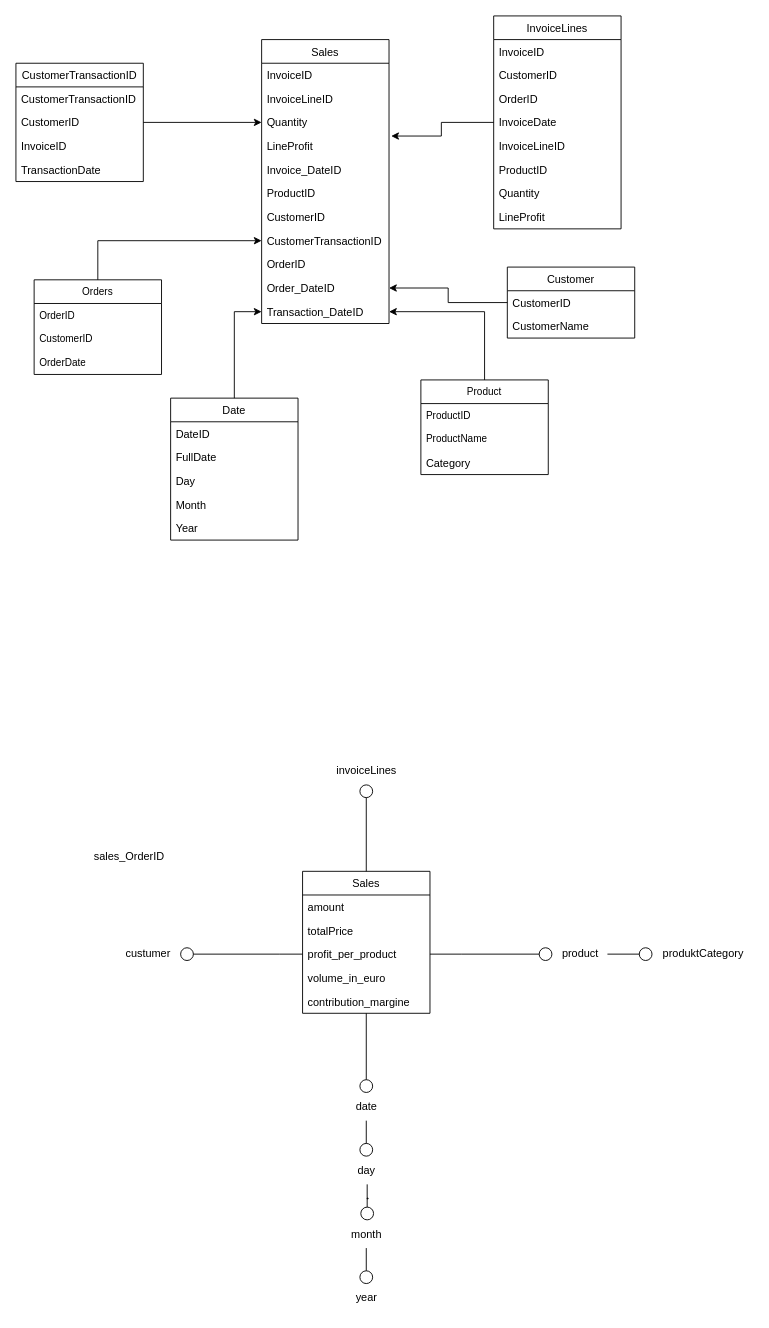
Earlier version of the draw.io diagram page "Verkauf" (7 of 7) of Datenbankmodell_Abgabe_neu.drawio (Lukas313/PR-DKE). Source tidied: cells renumbered, new cells numbered last; positions are measured from the earlier drawing's top-left corner, leaving out a move shared by most shapes. Both pictures are drawn from the tidied source at 91%, with x=0, y=0 at pixel (15, 15).
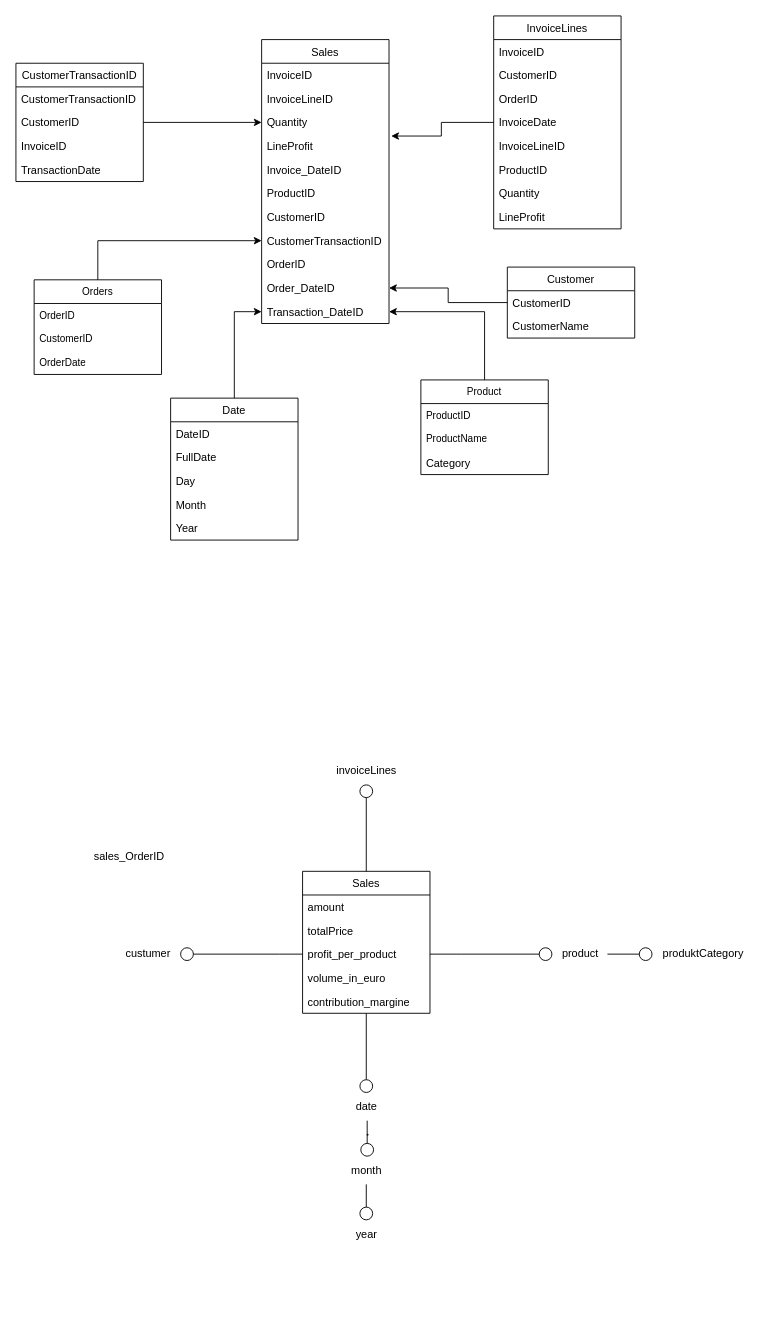
Above is the later version.

The change refers to these unchanged cells:
```xml
<mxCell id="49" value="date" style="text;html=1;align=center;verticalAlign=middle;points=[];strokeColor=none;fillColor=none;" parent="1" vertex="1">
  <mxGeometry x="360" y="1184" width="50" height="30" as="geometry" />
</mxCell>
```

Change to the diagram source:
```diff
@@
     <mxCell id="50" value="year" style="text;html=1;align=center;verticalAlign=middle;points=[];strokeColor=none;fillColor=none;" parent="1" vertex="1">
-      <mxGeometry x="360" y="1394" width="50" height="30" as="geometry" />
+      <mxGeometry x="360" y="1324" width="50" height="30" as="geometry" />
     </mxCell>
-    <mxCell id="51" style="edgeStyle=orthogonalEdgeStyle;rounded=0;jettySize=auto;html=1;endArrow=circle;endFill=0;" parent="1" edge="1" source="49" target="52">
-      <mxGeometry relative="1" as="geometry" />
-    </mxCell>
-    <mxCell id="52" value="day" style="text;html=1;align=center;verticalAlign=middle;points=[];strokeColor=none;fillColor=none;" parent="1" vertex="1">
-      <mxGeometry x="365" y="1254" width="40" height="30" as="geometry" />
-    </mxCell>
-    <mxCell id="53" style="edgeStyle=orthogonalEdgeStyle;rounded=0;jettySize=auto;html=1;endArrow=circle;endFill=0;" parent="1" edge="1" source="52" target="54">
+    <mxCell id="53" style="edgeStyle=orthogonalEdgeStyle;rounded=0;jettySize=auto;html=1;endArrow=circle;endFill=0;" parent="1" edge="1" target="54">
       <mxGeometry relative="1" as="geometry">
+        <mxPoint x="386" y="1214" as="sourcePoint" />
         <Array as="points">
-          <mxPoint x="386" y="1300" />
-          <mxPoint x="387" y="1300" />
-          <mxPoint x="387" y="1299" />
-          <mxPoint x="386" y="1299" />
+          <mxPoint x="386" y="1230" />
+          <mxPoint x="387" y="1230" />
+          <mxPoint x="387" y="1229" />
+          <mxPoint x="386" y="1229" />
         </Array>
       </mxGeometry>
     </mxCell>
     <mxCell id="54" value="month" style="text;html=1;align=center;verticalAlign=middle;points=[];strokeColor=none;fillColor=none;" parent="1" vertex="1">
-      <mxGeometry x="355" y="1324" width="60" height="30" as="geometry" />
+      <mxGeometry x="355" y="1254" width="60" height="30" as="geometry" />
     </mxCell>
```
